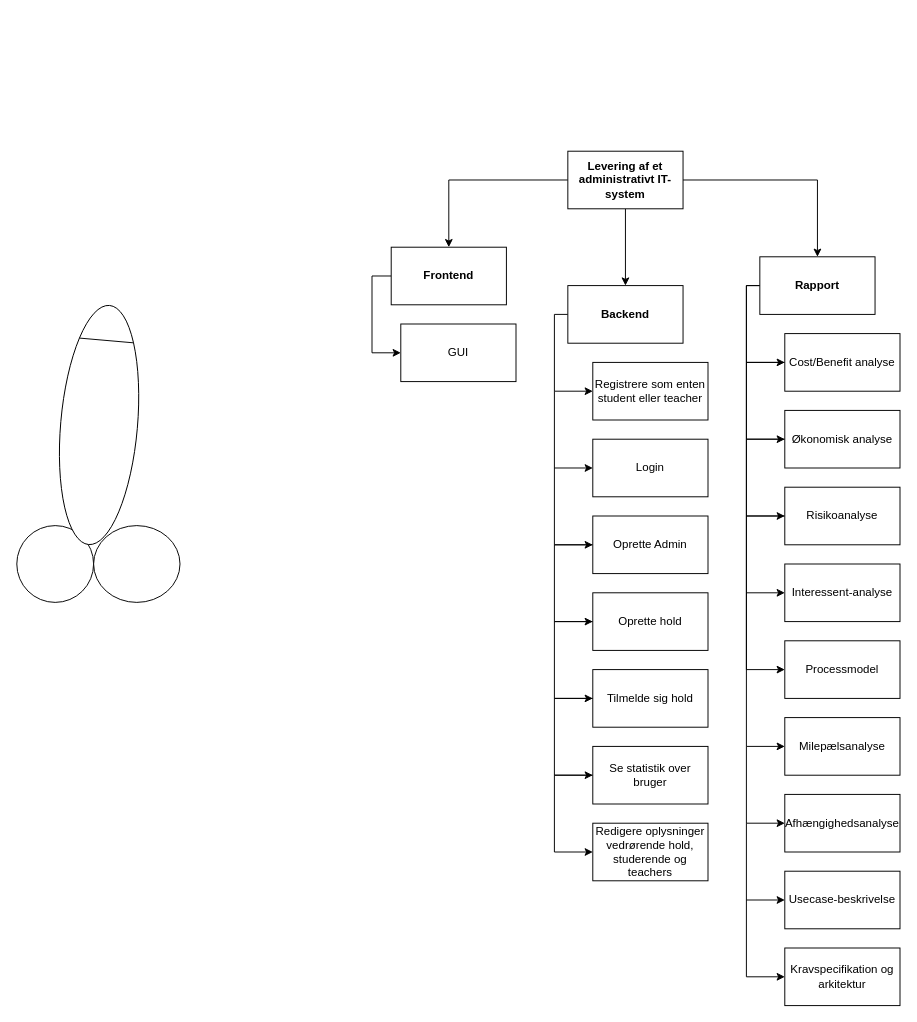
The draw.io diagram PBS ITP Diagram.drawio in ChrisMJAndre/GruppeProjekt-2, before the edit. Source tidied: cells renumbered, new cells numbered last; positions are measured from the earlier drawing's top-left corner, leaving out a move shared by most shapes. Both pictures are drawn from the tidied source at 96%, with x=0, y=0 at pixel (-21, 151).
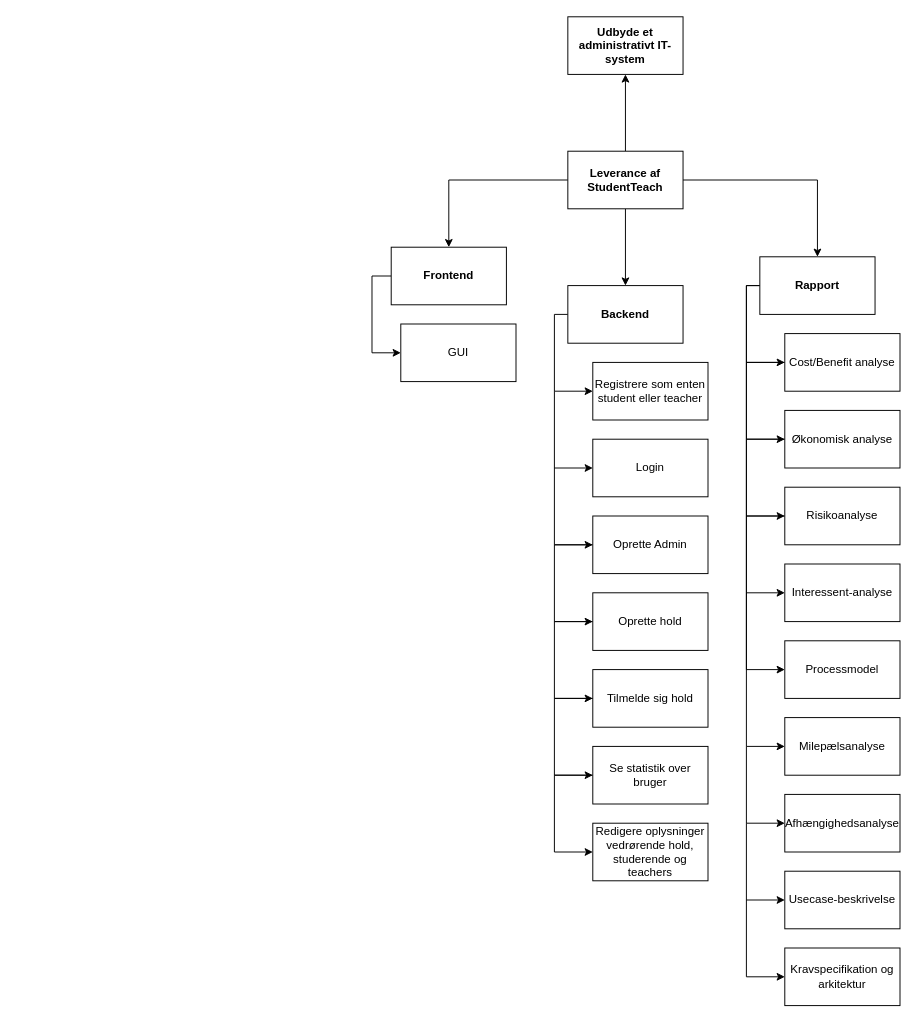
The same diagram, later.

The edit, as a diff of the source:
```diff
@@
+    <mxCell id="47" style="edgeStyle=orthogonalEdgeStyle;rounded=0;jettySize=auto;html=1;" parent="1" edge="1" source="5" target="48">
+      <mxGeometry relative="1" as="geometry" />
+    </mxCell>
-    <mxCell id="5" value="&lt;b&gt;Levering af et administrativt IT-system&lt;/b&gt;" style="rounded=0;whiteSpace=wrap;html=1;" parent="1" vertex="1">
+    <mxCell id="5" value="&lt;b&gt;Leverance af StudentTeach&lt;/b&gt;" style="rounded=0;whiteSpace=wrap;html=1;" parent="1" vertex="1">
       <mxGeometry x="613" width="120" height="60" as="geometry" />
     </mxCell>
+    <mxCell id="48" value="&lt;b&gt;Udbyde et administrativt IT-system&lt;/b&gt;" style="rounded=0;whiteSpace=wrap;html=1;" parent="1" vertex="1">
+      <mxGeometry x="613" y="-140" width="120" height="60" as="geometry" />
+    </mxCell>
@@
-    <mxCell id="32" style="ellipse;whiteSpace=wrap;html=1;" parent="1" vertex="1">
-      <mxGeometry x="39" y="390" width="80" height="80" as="geometry" />
-    </mxCell>
-    <mxCell id="33" style="ellipse;whiteSpace=wrap;html=1;" parent="1" vertex="1">
-      <mxGeometry x="119" y="390" width="90" height="80" as="geometry" />
-    </mxCell>
-    <mxCell id="34" style="ellipse;whiteSpace=wrap;html=1;rotation=95;" parent="1" vertex="1">
-      <mxGeometry x="-0.3" y="245.2" width="250" height="80" as="geometry" />
-    </mxCell>
-    <mxCell id="35" style="endArrow=none;html=1;exitX=0;exitY=1;exitDx=0;exitDy=0;entryX=0;entryY=0;entryDx=0;entryDy=0;" parent="1" edge="1" source="34" target="34">
-      <mxGeometry relative="1" as="geometry" />
-    </mxCell>
```
